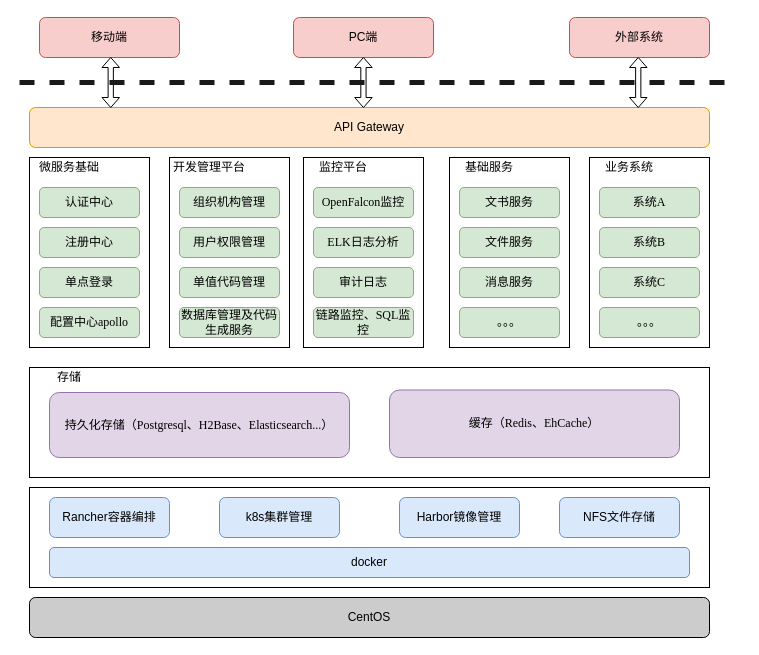
The draw.io diagram springcloudstu.drawio in jiangliuhong/drawdb, before the edit. Source tidied: cells renumbered, new cells numbered last; positions are measured from the earlier drawing's top-left corner, leaving out a move shared by most shapes. Both pictures are drawn from the tidied source at 100%, with x=0, y=0 at pixel (19, 17).
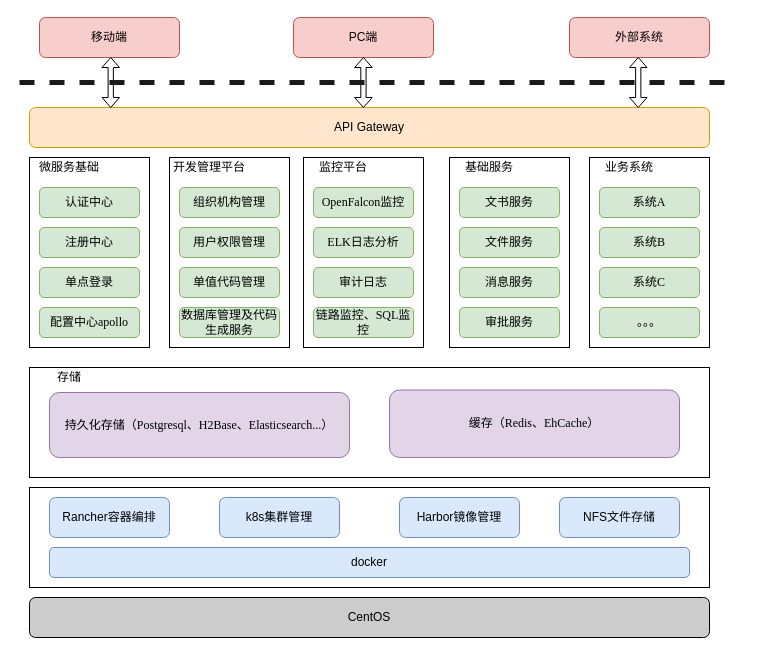
After the change.

The edit, as a diff of the source:
```diff
@@
-    <mxCell id="44" value="。。。" style="rounded=1;whiteSpace=wrap;html=1;strokeColor=#82b366;strokeWidth=1;fillColor=#d5e8d4;fontFamily=Garamond;fontSize=12;" parent="1" vertex="1">
+    <mxCell id="44" value="审批服务" style="rounded=1;whiteSpace=wrap;html=1;strokeColor=#82b366;strokeWidth=1;fillColor=#d5e8d4;fontFamily=Garamond;fontSize=12;" parent="1" vertex="1">
       <mxGeometry x="440" y="290" width="100" height="30" as="geometry" />
     </mxCell>
```
